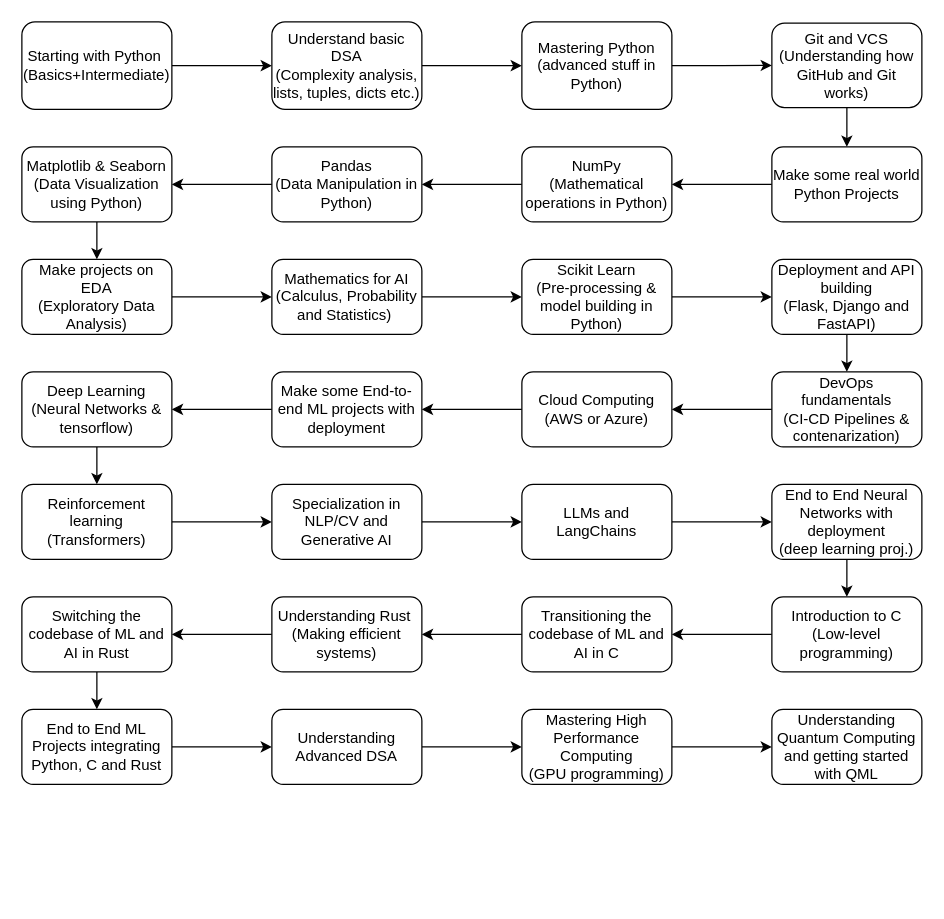
The draw.io diagram Career-Path.drawio in pythonicforge/Machine-Learning, before the edit. Source tidied: cells renumbered, new cells numbered last; positions are measured from the earlier drawing's top-left corner, leaving out a move shared by most shapes. Both pictures are drawn from the tidied source at 125%, with x=0, y=0 at pixel (21, 21).
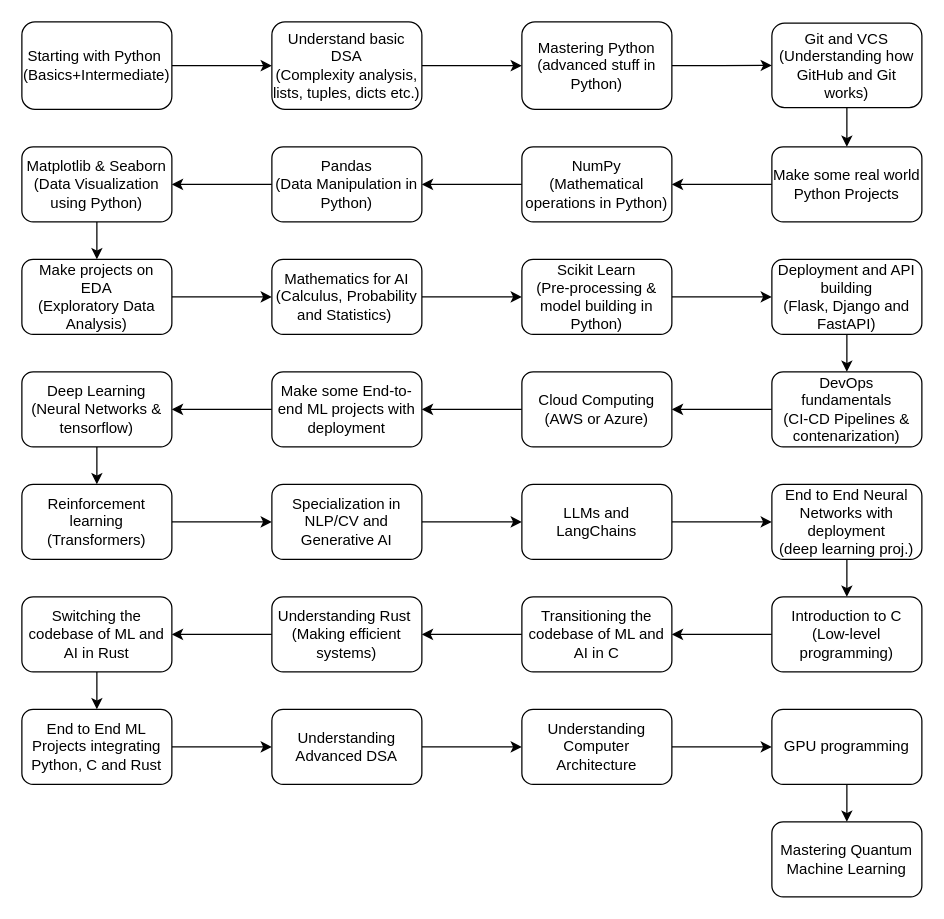
The same page after the edit.

What changed in the source:
```diff
@@
-    <mxCell id="55" value="Mastering High Performance Computing&lt;div&gt;(GPU programming)&lt;/div&gt;" style="whiteSpace=wrap;html=1;rounded=1;glass=0;strokeWidth=1;shadow=0;" parent="1" vertex="1">
+    <mxCell id="55" value="Understanding Computer Architecture" style="whiteSpace=wrap;html=1;rounded=1;glass=0;strokeWidth=1;shadow=0;" parent="1" vertex="1">
       <mxGeometry x="400" y="550" width="120" height="60" as="geometry" />
     </mxCell>
+    <mxCell id="57" style="edgeStyle=orthogonalEdgeStyle;rounded=0;jettySize=auto;html=1;" parent="1" edge="1" source="56" target="58">
+      <mxGeometry relative="1" as="geometry" />
+    </mxCell>
-    <mxCell id="56" value="Understanding Quantum Computing and getting started with QML" style="whiteSpace=wrap;html=1;rounded=1;glass=0;strokeWidth=1;shadow=0;" parent="1" vertex="1">
+    <mxCell id="56" value="GPU programming" style="whiteSpace=wrap;html=1;rounded=1;glass=0;strokeWidth=1;shadow=0;" parent="1" vertex="1">
       <mxGeometry x="600" y="550" width="120" height="60" as="geometry" />
     </mxCell>
+    <mxCell id="58" value="Mastering Quantum Machine Learning" style="whiteSpace=wrap;html=1;rounded=1;glass=0;strokeWidth=1;shadow=0;" parent="1" vertex="1">
+      <mxGeometry x="600" y="640" width="120" height="60" as="geometry" />
+    </mxCell>
```
